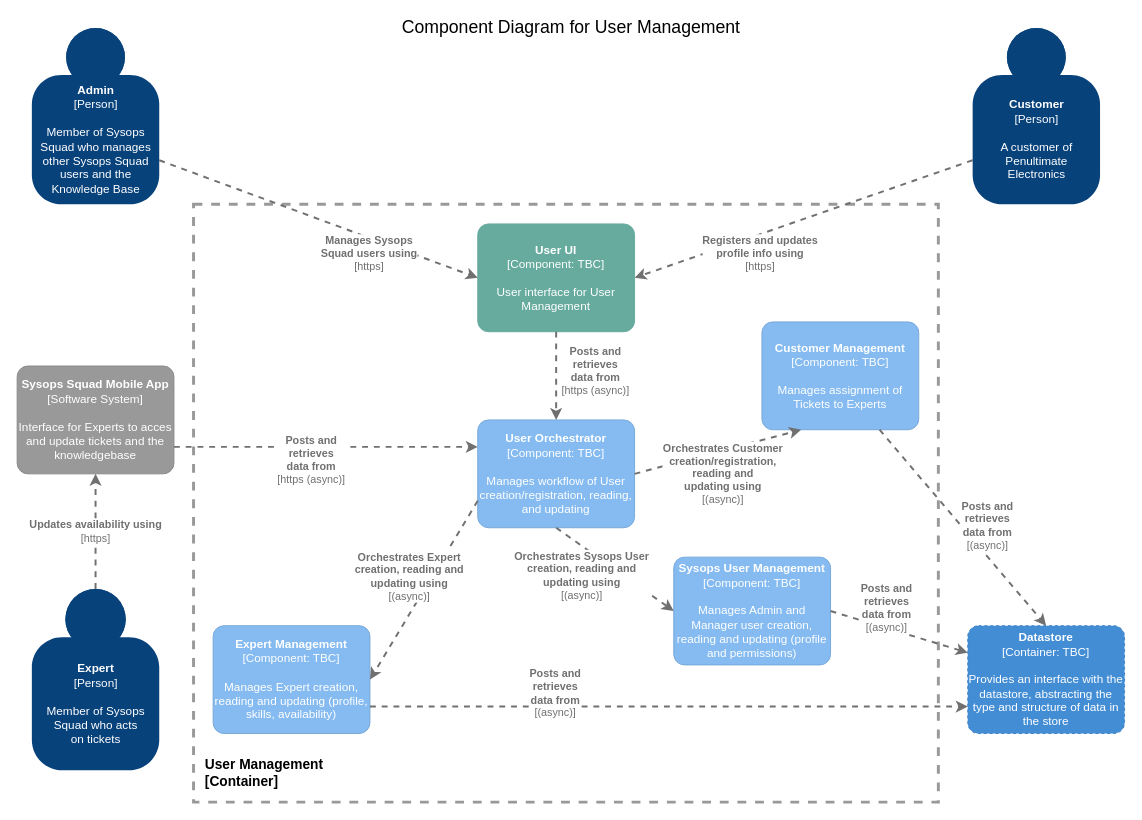
The draw.io diagram 3.ViewsAndPerspectives/infrastructure/images/UserComponentDiagram.drawio in tekiegirl/TheMadKatas, before the edit. Source tidied: cells renumbered, new cells numbered last; positions are measured from the earlier drawing's top-left corner, leaving out a move shared by most shapes. Both pictures are drawn from the tidied source at 98%, with x=0, y=0 at pixel (17, 18).
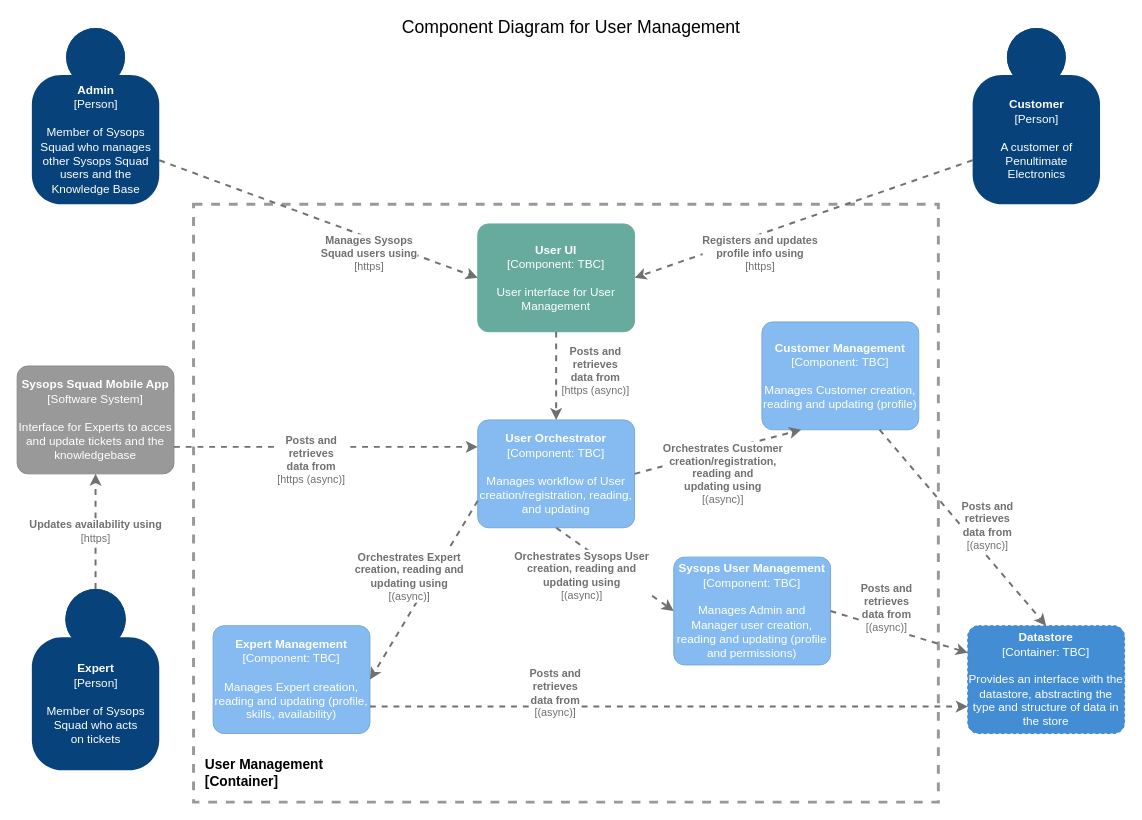
After the change.

Commit message (it also covers changes not shown here):
Fix typos in diagrams

Change to the diagram source:
```diff
@@
-    <object id="6" label="&lt;b&gt;%c4Name%&lt;/b&gt;&lt;div&gt;[%c4Type%: %c4Technology%]&lt;/div&gt;&lt;br&gt;&lt;div&gt;%c4Description%&lt;/div&gt;" c4Description="Manages assignment of Tickets to Experts" c4Name="Customer Management" c4Technology="TBC" c4Type="Component" placeholders="1">
+    <object id="6" label="&lt;b&gt;%c4Name%&lt;/b&gt;&lt;div&gt;[%c4Type%: %c4Technology%]&lt;/div&gt;&lt;br&gt;&lt;div&gt;%c4Description%&lt;/div&gt;" c4Description="Manages Customer creation, reading and updating (profile)" c4Name="Customer Management" c4Technology="TBC" c4Type="Component" placeholders="1">
       <mxCell style="rounded=1;whiteSpace=wrap;html=1;labelBackgroundColor=none;fillColor=#85BBF0;fontColor=#ffffff;align=center;arcSize=10;strokeColor=#78A8D8;metaData={&quot;c4Type&quot;:{&quot;editable&quot;:false}};points=[[0.25,0,0],[0.5,0,0],[0.75,0,0],[1,0.25,0],[1,0.5,0],[1,0.75,0],[0.75,1,0],[0.5,1,0],[0.25,1,0],[0,0.75,0],[0,0.5,0],[0,0.25,0]];" parent="1" vertex="1">
         <mxGeometry x="760" y="310" width="160" height="110" as="geometry" />
       </mxCell>
     </object>
```
